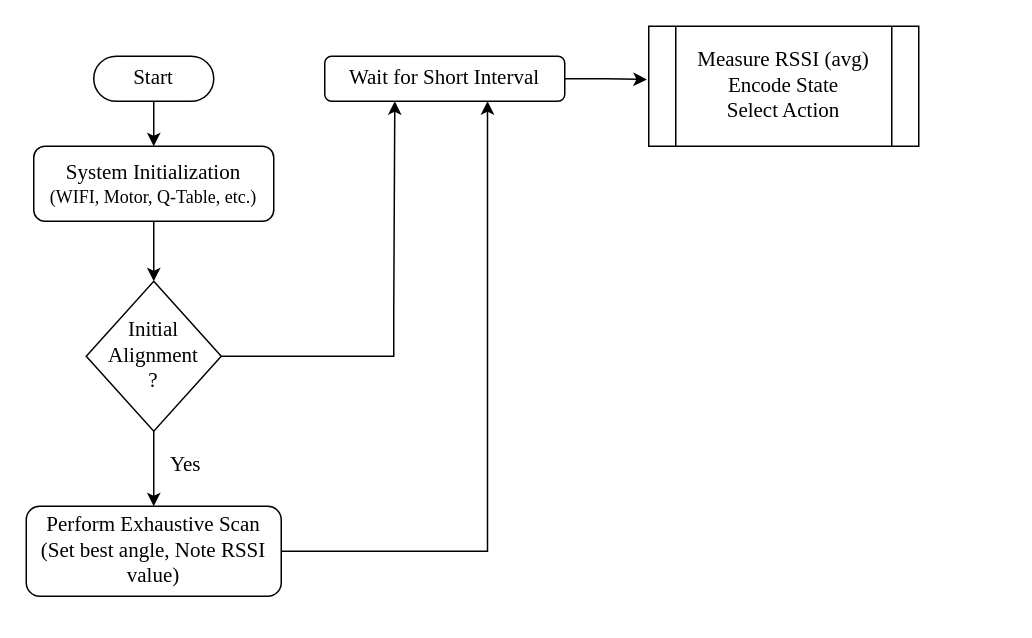
Earlier version of the draw.io diagram Reports/Untitled Diagram.drawio (bibekjoshi01/minor-project). Source tidied: cells renumbered, new cells numbered last; positions are measured from the earlier drawing's top-left corner, leaving out a move shared by most shapes. Both pictures are drawn from the tidied source at 150%, with x=0, y=0 at pixel (26, 26).
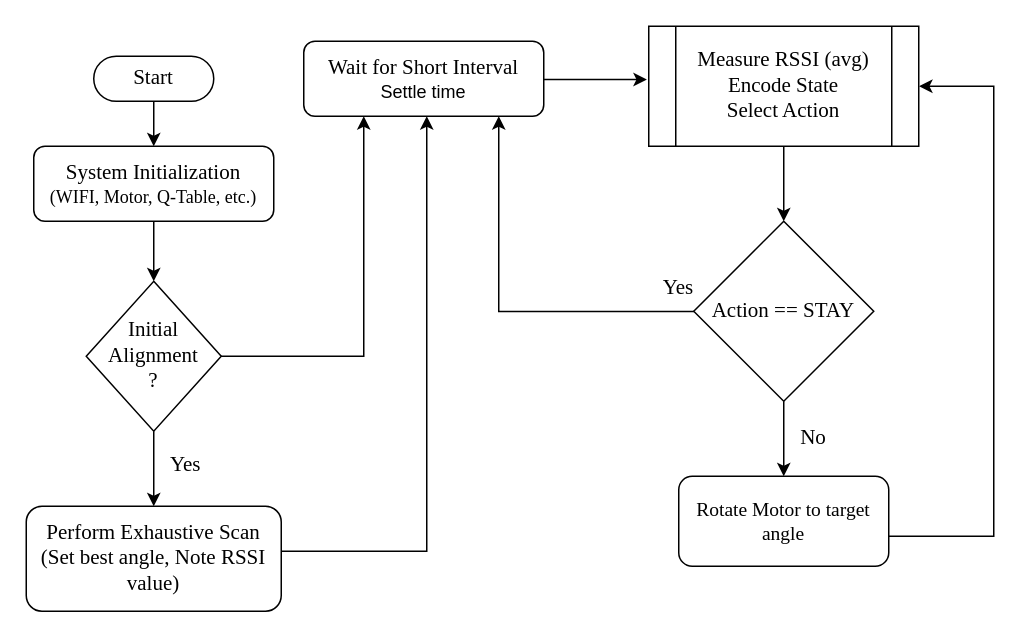
The same diagram, later.

Unchanged cells that the change refers to:
```xml
<mxCell id="13" value="&lt;div&gt;&lt;font face=&quot;Times New Roman&quot; style=&quot;font-size: 14px;&quot;&gt;Measure RSSI (avg)&lt;/font&gt;&lt;/div&gt;&lt;div&gt;&lt;font face=&quot;Times New Roman&quot; style=&quot;font-size: 14px;&quot;&gt;Encode State&lt;/font&gt;&lt;/div&gt;&lt;div&gt;&lt;font face=&quot;Times New Roman&quot; style=&quot;font-size: 14px;&quot;&gt;Select Action&lt;/font&gt;&lt;/div&gt;" style="shape=process;whiteSpace=wrap;html=1;backgroundOutline=1;" parent="1" vertex="1">
  <mxGeometry x="415" width="180" height="80" as="geometry" />
</mxCell>
```

Diff of the diagram source:
```diff
@@
-<mxGraphModel>
+<mxGraphModel background="#FFFFFF">
@@
-    <mxCell id="5" style="edgeStyle=orthogonalEdgeStyle;rounded=0;orthogonalLoop=1;jettySize=auto;html=1;entryX=0.082;entryY=1.055;entryDx=0;entryDy=0;entryPerimeter=0;exitX=1;exitY=0.5;exitDx=0;exitDy=0;" parent="1" edge="1">
+    <mxCell id="5" style="edgeStyle=orthogonalEdgeStyle;rounded=0;jettySize=auto;html=1;exitX=1;exitY=0.5;exitDx=0;exitDy=0;entryX=0.25;entryY=1;entryDx=0;entryDy=0;" parent="1" edge="1" target="12">
       <mxGeometry relative="1" as="geometry">
-        <mxPoint x="75" y="220" as="sourcePoint" />
-        <mxPoint x="245.7" y="50" as="targetPoint" />
+        <mxPoint x="45" y="220" as="sourcePoint" />
         <Array as="points">
-          <mxPoint x="245" y="220" />
-          <mxPoint x="245" y="190" />
-          <mxPoint x="246" y="190" />
+          <mxPoint x="225" y="220" />
         </Array>
       </mxGeometry>
     </mxCell>
@@
-    <mxCell id="10" style="edgeStyle=orthogonalEdgeStyle;rounded=0;orthogonalLoop=1;jettySize=auto;html=1;entryX=0.75;entryY=1;entryDx=0;entryDy=0;" parent="1" edge="1">
+    <mxCell id="10" style="edgeStyle=orthogonalEdgeStyle;rounded=0;orthogonalLoop=1;jettySize=auto;html=1;" parent="1" edge="1">
       <mxGeometry relative="1" as="geometry">
-        <mxPoint x="145" y="350" as="sourcePoint" />
-        <mxPoint x="307.5" y="50" as="targetPoint" />
+        <mxPoint x="105" y="350" as="sourcePoint" />
+        <mxPoint x="267" y="60" as="targetPoint" />
         <Array as="points">
-          <mxPoint x="307" y="350" />
+          <mxPoint x="267" y="350" />
         </Array>
       </mxGeometry>
     </mxCell>
     <mxCell id="11" value="&lt;div&gt;&lt;font face=&quot;Times New Roman&quot; style=&quot;font-size: 14px;&quot;&gt;Perform Exhaustive Scan&lt;/font&gt;&lt;/div&gt;&lt;div&gt;&lt;font face=&quot;Times New Roman&quot; style=&quot;font-size: 14px;&quot;&gt;(Set best angle, Note RSSI value)&lt;/font&gt;&lt;/div&gt;" style="rounded=1;whiteSpace=wrap;html=1;" parent="1" vertex="1">
-      <mxGeometry y="320" width="170" height="60" as="geometry" />
+      <mxGeometry y="320" width="170" height="70" as="geometry" />
     </mxCell>
-    <mxCell id="12" value="&lt;font face=&quot;Times New Roman&quot; style=&quot;font-size: 14px;&quot;&gt;Wait for Short Interval&lt;/font&gt;" style="rounded=1;whiteSpace=wrap;html=1;" parent="1" vertex="1">
-      <mxGeometry x="199" y="20" width="160" height="30" as="geometry" />
+    <mxCell id="12" value="&lt;div&gt;&lt;font face=&quot;Times New Roman&quot; style=&quot;font-size: 14px;&quot;&gt;Wait for Short Interval&lt;/font&gt;&lt;/div&gt;Settle time" style="rounded=1;whiteSpace=wrap;html=1;" parent="1" vertex="1">
+      <mxGeometry x="185" y="10" width="160" height="50" as="geometry" />
     </mxCell>
+    <mxCell id="15" style="edgeStyle=orthogonalEdgeStyle;rounded=0;jettySize=auto;html=1;entryX=0.5;entryY=0;entryDx=0;entryDy=0;" parent="1" edge="1" source="13" target="18">
+      <mxGeometry relative="1" as="geometry" />
+    </mxCell>
@@
     <mxCell id="14" style="edgeStyle=orthogonalEdgeStyle;rounded=0;jettySize=auto;html=1;entryX=-0.007;entryY=0.444;entryDx=0;entryDy=0;entryPerimeter=0;" parent="1" edge="1" source="12" target="13">
-      <mxGeometry relative="1" as="geometry" />
+      <mxGeometry relative="1" as="geometry">
+        <Array as="points">
+          <mxPoint x="387" y="36" />
+        </Array>
+      </mxGeometry>
     </mxCell>
+    <mxCell id="16" style="edgeStyle=orthogonalEdgeStyle;rounded=0;jettySize=auto;html=1;entryX=0.5;entryY=0;entryDx=0;entryDy=0;" parent="1" edge="1" source="18" target="20">
+      <mxGeometry relative="1" as="geometry" />
+    </mxCell>
+    <mxCell id="17" style="edgeStyle=orthogonalEdgeStyle;rounded=0;jettySize=auto;html=1;entryX=0.938;entryY=1;entryDx=0;entryDy=0;entryPerimeter=0;exitX=0.672;exitY=1.007;exitDx=0;exitDy=0;exitPerimeter=0;" parent="1" edge="1" source="22">
+      <mxGeometry relative="1" as="geometry">
+        <mxPoint x="315" y="60" as="targetPoint" />
+        <Array as="points">
+          <mxPoint x="315" y="190" />
+        </Array>
+      </mxGeometry>
+    </mxCell>
+    <mxCell id="18" value="&lt;div&gt;&lt;br&gt;&lt;/div&gt;&lt;div&gt;Action&amp;nbsp;== STAY&lt;/div&gt;&lt;div&gt;&lt;br&gt;&lt;/div&gt;" style="rhombus;whiteSpace=wrap;html=1;fontFamily=Times New Roman;fontSize=14;" parent="1" vertex="1">
+      <mxGeometry x="445" y="130" width="120" height="120" as="geometry" />
+    </mxCell>
+    <mxCell id="19" style="edgeStyle=orthogonalEdgeStyle;rounded=0;orthogonalLoop=1;jettySize=auto;html=1;entryX=1.001;entryY=0.376;entryDx=0;entryDy=0;entryPerimeter=0;" parent="1" edge="1">
+      <mxGeometry relative="1" as="geometry">
+        <mxPoint x="575" y="340" as="sourcePoint" />
+        <mxPoint x="595.2" y="40" as="targetPoint" />
+        <Array as="points">
+          <mxPoint x="645" y="340" />
+          <mxPoint x="645" y="40" />
+        </Array>
+      </mxGeometry>
+    </mxCell>
+    <mxCell id="20" value="&lt;font face=&quot;Times New Roman&quot; style=&quot;font-size: 13px;&quot;&gt;Rotate Motor to target angle&lt;/font&gt;" style="rounded=1;whiteSpace=wrap;html=1;" parent="1" vertex="1">
+      <mxGeometry x="435" y="300" width="140" height="60" as="geometry" />
+    </mxCell>
+    <mxCell id="21" value="No" style="text;html=1;whiteSpace=wrap;strokeColor=none;fillColor=none;align=center;verticalAlign=middle;rounded=0;fontSize=14;fontFamily=Times New Roman;" parent="1" vertex="1">
+      <mxGeometry x="495" y="260" width="60" height="30" as="geometry" />
+    </mxCell>
+    <mxCell id="22" value="&lt;font face=&quot;Times New Roman&quot; style=&quot;font-size: 14px;&quot;&gt;Yes&lt;/font&gt;" style="text;html=1;whiteSpace=wrap;strokeColor=none;fillColor=none;align=center;verticalAlign=middle;rounded=0;" parent="1" vertex="1">
+      <mxGeometry x="405" y="160" width="60" height="30" as="geometry" />
+    </mxCell>
```
